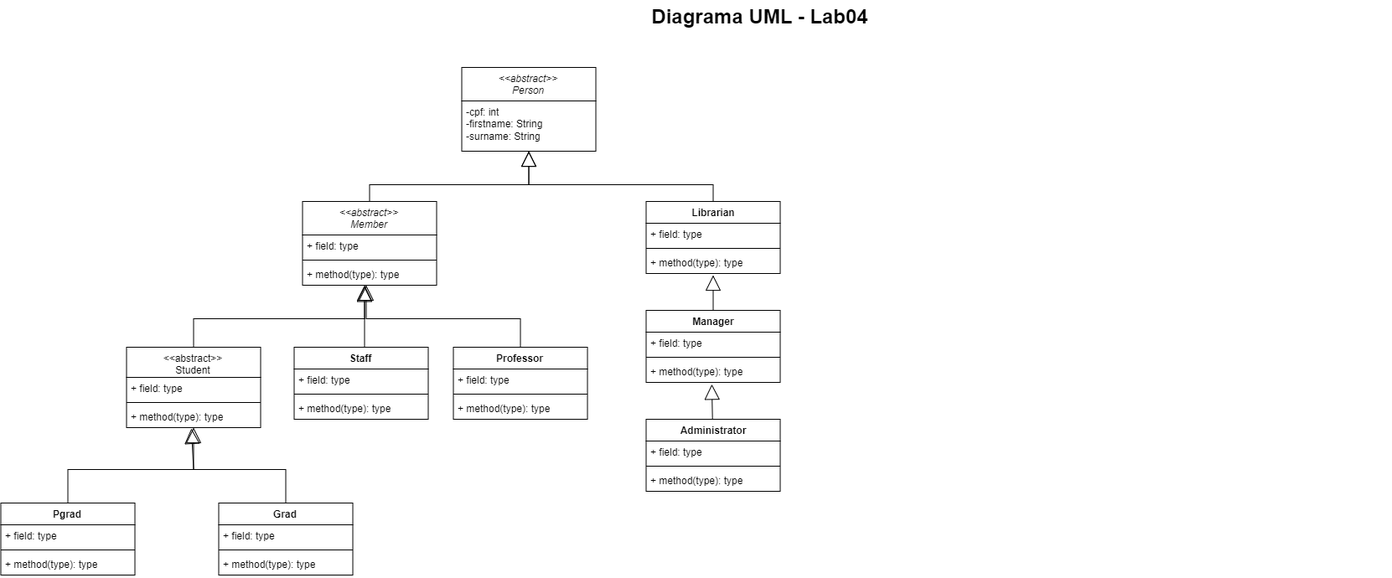
Earlier version of the draw.io export lab01/lab01/lab04.drawio.png (robert22alves/MC322). Source tidied: cells renumbered, new cells last; positions are measured from the earlier drawing's top-left corner, leaving out a move shared by most shapes.
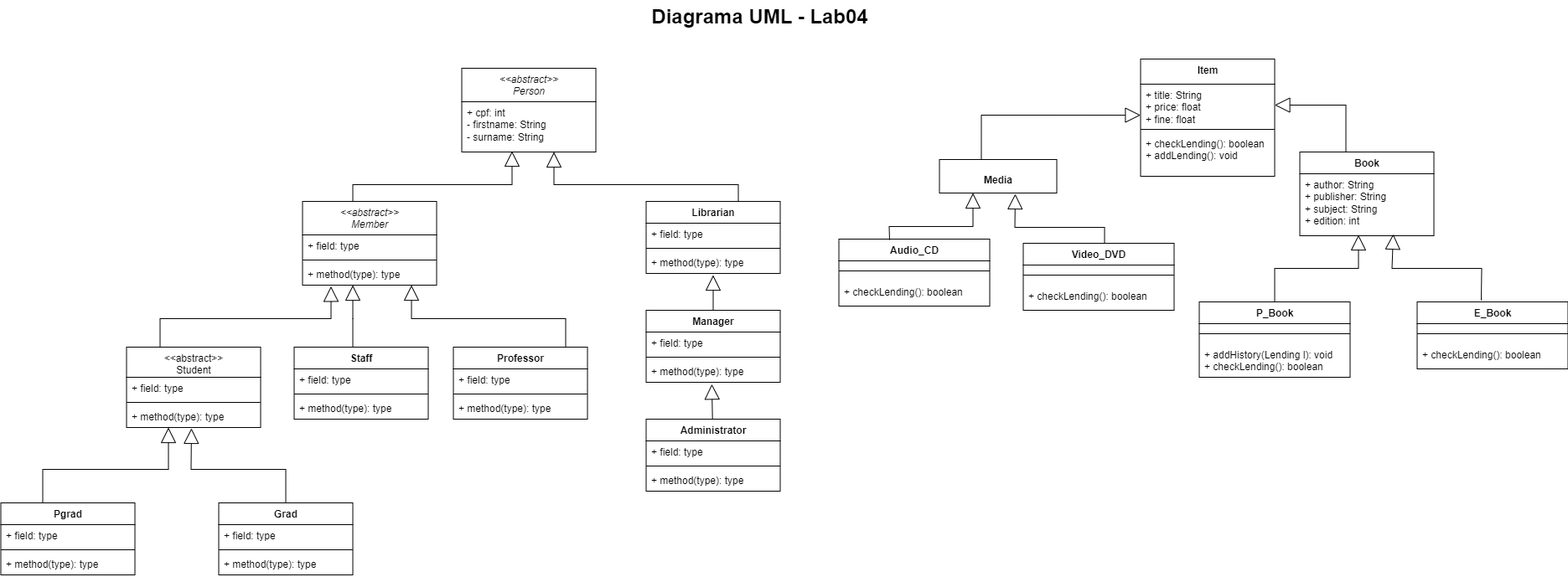
After the commit.

The edit, as a diff of the source:
```diff
@@ -6,9 +6,9 @@
       <mxGeometry x="150" width="1510" height="40" as="geometry" />
     </mxCell>
     <mxCell id="3" value="&lt;i style=&quot;font-weight: normal;&quot;&gt;&amp;lt;&amp;lt;abstract&amp;gt;&amp;gt;&lt;br&gt;Person&lt;/i&gt;" style="swimlane;fontStyle=1;align=center;verticalAlign=top;horizontal=1;startSize=40;whiteSpace=wrap;html=1;" parent="1" vertex="1">
-      <mxGeometry x="550" y="80" width="160" height="100" as="geometry" />
+      <mxGeometry x="550" y="81" width="160" height="100" as="geometry" />
     </mxCell>
-    <mxCell id="4" value="-cpf: int&lt;br&gt;-firstname: String&lt;br&gt;-surname: String" style="text;strokeColor=none;fillColor=none;align=left;verticalAlign=top;spacingLeft=4;spacingRight=4;overflow=hidden;points=[[0,0.5],[1,0.5]];portConstraint=eastwest;whiteSpace=wrap;html=1;" parent="3" vertex="1">
+    <mxCell id="4" value="+ cpf: int&lt;br&gt;- firstname: String&lt;br&gt;- surname: String" style="text;strokeColor=none;fillColor=none;align=left;verticalAlign=top;spacingLeft=4;spacingRight=4;overflow=hidden;points=[[0,0.5],[1,0.5]];portConstraint=eastwest;whiteSpace=wrap;html=1;" parent="3" vertex="1">
       <mxGeometry y="40" width="160" height="60" as="geometry" />
     </mxCell>
     <mxCell id="5" value="Librarian" style="swimlane;fontStyle=1;align=center;verticalAlign=top;horizontal=1;startSize=26;whiteSpace=wrap;html=1;" parent="1" vertex="1">
@@ -53,11 +53,13 @@
     <mxCell id="18" style="endArrow=block;endSize=16;endFill=0;html=1;rounded=0;entryX=0.49;entryY=1.084;entryDx=0;entryDy=0;entryPerimeter=0;" parent="1" edge="1" source="14" target="12">
       <mxGeometry relative="1" as="geometry" />
     </mxCell>
-    <mxCell id="19" style="endArrow=block;endSize=16;endFill=0;html=1;rounded=0;exitX=0.5;exitY=0;exitDx=0;exitDy=0;entryX=0.5;entryY=1;entryDx=0;entryDy=0;entryPerimeter=0;" parent="1" edge="1" source="5" target="4">
+    <mxCell id="19" style="endArrow=block;endSize=16;endFill=0;html=1;rounded=0;exitX=0.5;exitY=0;exitDx=0;exitDy=0;entryX=0.5;entryY=1;entryDx=0;entryDy=0;entryPerimeter=0;" parent="1" edge="1">
       <mxGeometry relative="1" as="geometry">
+        <mxPoint x="880" y="240" as="sourcePoint" />
+        <mxPoint x="660" y="181" as="targetPoint" />
         <Array as="points">
-          <mxPoint x="850" y="220" />
-          <mxPoint x="630" y="220" />
+          <mxPoint x="880" y="220" />
+          <mxPoint x="660" y="220" />
         </Array>
       </mxGeometry>
     </mxCell>
@@ -73,12 +75,13 @@
     <mxCell id="23" value="+ method(type): type" style="text;strokeColor=none;fillColor=none;align=left;verticalAlign=top;spacingLeft=4;spacingRight=4;overflow=hidden;points=[[0,0.5],[1,0.5]];portConstraint=eastwest;whiteSpace=wrap;html=1;" parent="20" vertex="1">
       <mxGeometry y="74" width="160" height="26" as="geometry" />
     </mxCell>
-    <mxCell id="24" style="endArrow=block;endSize=16;endFill=0;html=1;rounded=0;exitX=0.5;exitY=0;exitDx=0;exitDy=0;" parent="1" edge="1" source="20">
+    <mxCell id="24" style="endArrow=block;endSize=16;endFill=0;html=1;rounded=0;exitX=0.5;exitY=0;exitDx=0;exitDy=0;" parent="1" edge="1">
       <mxGeometry relative="1" as="geometry">
-        <mxPoint x="630" y="180" as="targetPoint" />
+        <mxPoint x="420" y="240" as="sourcePoint" />
+        <mxPoint x="610" y="180" as="targetPoint" />
         <Array as="points">
-          <mxPoint x="440" y="220" />
-          <mxPoint x="630" y="220" />
+          <mxPoint x="420" y="220" />
+          <mxPoint x="610" y="220" />
         </Array>
       </mxGeometry>
     </mxCell>
@@ -94,12 +97,13 @@
     <mxCell id="28" value="+ method(type): type" style="text;strokeColor=none;fillColor=none;align=left;verticalAlign=top;spacingLeft=4;spacingRight=4;overflow=hidden;whiteSpace=wrap;html=1;" parent="25" vertex="1">
       <mxGeometry y="60" width="160" height="26" as="geometry" />
     </mxCell>
-    <mxCell id="29" style="endArrow=block;endSize=16;endFill=0;html=1;rounded=0;exitX=0.5;exitY=0;exitDx=0;exitDy=0;" parent="1" edge="1" source="25">
+    <mxCell id="29" style="endArrow=block;endSize=16;endFill=0;html=1;rounded=0;exitX=0.5;exitY=0;exitDx=0;exitDy=0;" parent="1" edge="1">
       <mxGeometry relative="1" as="geometry">
-        <mxPoint x="436" y="340" as="targetPoint" />
+        <mxPoint x="674" y="414" as="sourcePoint" />
+        <mxPoint x="490" y="340" as="targetPoint" />
         <Array as="points">
-          <mxPoint x="620" y="380" />
-          <mxPoint x="436" y="380" />
+          <mxPoint x="674" y="380" />
+          <mxPoint x="490" y="380" />
         </Array>
       </mxGeometry>
     </mxCell>
@@ -129,18 +133,21 @@
     </mxCell>
     <mxCell id="38" style="endArrow=block;endSize=16;endFill=0;html=1;rounded=0;exitX=0.5;exitY=0;exitDx=0;exitDy=0;" parent="1" edge="1">
       <mxGeometry relative="1" as="geometry">
-        <mxPoint x="434" y="414" as="sourcePoint" />
-        <mxPoint x="434" y="340" as="targetPoint" />
+        <mxPoint x="420" y="414" as="sourcePoint" />
+        <mxPoint x="420" y="340" as="targetPoint" />
         <Array as="points">
-          <mxPoint x="434" y="380" />
+          <mxPoint x="420" y="380" />
         </Array>
       </mxGeometry>
     </mxCell>
-    <mxCell id="39" style="endArrow=block;endSize=16;endFill=0;html=1;rounded=0;exitX=0.5;exitY=0;exitDx=0;exitDy=0;entryX=0.462;entryY=1.052;entryDx=0;entryDy=0;entryPerimeter=0;" parent="1" edge="1" source="34" target="23">
+    <mxCell id="39" style="endArrow=block;endSize=16;endFill=0;html=1;rounded=0;exitX=0.5;exitY=0;exitDx=0;exitDy=0;entryX=0.462;entryY=1.052;entryDx=0;entryDy=0;entryPerimeter=0;" parent="1" edge="1">
       <mxGeometry relative="1" as="geometry">
+        <mxPoint x="190" y="414" as="sourcePoint" />
+        <mxPoint x="393.9" y="341.4" as="targetPoint" />
         <Array as="points">
-          <mxPoint x="230" y="380" />
-          <mxPoint x="434" y="380" />
+          <mxPoint x="190" y="380" />
+          <mxPoint x="394" y="380" />
+          <mxPoint x="394" y="360" />
         </Array>
       </mxGeometry>
     </mxCell>
@@ -172,18 +179,127 @@
       <mxGeometry relative="1" as="geometry">
         <Array as="points">
           <mxPoint x="340" y="560" />
-          <mxPoint x="230" y="560" />
+          <mxPoint x="227" y="560" />
         </Array>
       </mxGeometry>
     </mxCell>
-    <mxCell id="49" style="endArrow=block;endSize=16;endFill=0;html=1;rounded=0;exitX=0.5;exitY=0;exitDx=0;exitDy=0;" parent="1" edge="1" source="30">
+    <mxCell id="49" style="endArrow=block;endSize=16;endFill=0;html=1;rounded=0;exitX=0.5;exitY=0;exitDx=0;exitDy=0;" parent="1" edge="1">
       <mxGeometry relative="1" as="geometry">
-        <mxPoint x="230" y="510" as="targetPoint" />
+        <mxPoint x="50" y="600" as="sourcePoint" />
+        <mxPoint x="200" y="510" as="targetPoint" />
         <Array as="points">
-          <mxPoint x="80" y="560" />
-          <mxPoint x="230" y="560" />
+          <mxPoint x="50" y="560" />
+          <mxPoint x="200" y="560" />
         </Array>
       </mxGeometry>
     </mxCell>
+    <mxCell id="50" value="Item" style="swimlane;fontStyle=1;align=center;verticalAlign=top;horizontal=1;startSize=30;whiteSpace=wrap;html=1;" parent="1" vertex="1">
+      <mxGeometry x="1360" y="70" width="160" height="140" as="geometry" />
+    </mxCell>
+    <mxCell id="51" value="+ title: String&lt;br&gt;+ price: float&lt;br&gt;+ fine: float" style="text;strokeColor=none;fillColor=none;align=left;verticalAlign=top;spacingLeft=4;spacingRight=4;overflow=hidden;points=[[0,0.5],[1,0.5]];portConstraint=eastwest;whiteSpace=wrap;html=1;" parent="50" vertex="1">
+      <mxGeometry y="30" width="160" height="50" as="geometry" />
+    </mxCell>
+    <mxCell id="52" style="line;strokeWidth=1;fillColor=none;align=left;verticalAlign=middle;spacingTop=-1;spacingLeft=3;spacingRight=3;labelPosition=right;strokeColor=inherit;" parent="50" vertex="1">
+      <mxGeometry y="80" width="160" height="8" as="geometry" />
+    </mxCell>
+    <mxCell id="53" value="+ checkLending(): boolean&lt;br&gt;+ addLending(): void" style="text;strokeColor=none;fillColor=none;align=left;verticalAlign=top;spacingLeft=4;spacingRight=4;overflow=hidden;whiteSpace=wrap;html=1;" parent="50" vertex="1">
+      <mxGeometry y="88" width="160" height="52" as="geometry" />
+    </mxCell>
+    <mxCell id="54" value="&lt;p style=&quot;margin:0px;margin-top:4px;text-align:center;&quot;&gt;&lt;br&gt;&lt;b&gt;Media&lt;/b&gt;&lt;/p&gt;" style="verticalAlign=top;align=left;overflow=fill;fontSize=12;fontFamily=Helvetica;html=1;whiteSpace=wrap;" parent="1" vertex="1">
+      <mxGeometry x="1120" y="190" width="140" height="40" as="geometry" />
+    </mxCell>
+    <mxCell id="55" style="endArrow=block;endSize=16;endFill=0;html=1;rounded=0;exitX=0.357;exitY=0;exitDx=0;exitDy=0;entryX=0.409;entryY=1.135;entryDx=0;entryDy=0;entryPerimeter=0;exitPerimeter=0;" parent="1" edge="1" source="54">
+      <mxGeometry relative="1" as="geometry">
+        <mxPoint x="1360" y="137" as="targetPoint" />
+        <Array as="points">
+          <mxPoint x="1170" y="137" />
+        </Array>
+      </mxGeometry>
+    </mxCell>
+    <mxCell id="56" value="Book" style="swimlane;fontStyle=1;align=center;verticalAlign=top;horizontal=1;startSize=26;whiteSpace=wrap;html=1;" parent="1" vertex="1">
+      <mxGeometry x="1550" y="181" width="160" height="100" as="geometry" />
+    </mxCell>
+    <mxCell id="57" value="+ author: String&lt;br style=&quot;border-color: var(--border-color);&quot;&gt;+ publisher: String&lt;br style=&quot;border-color: var(--border-color);&quot;&gt;+ subject: String&lt;br&gt;+ edition: int" style="text;strokeColor=none;fillColor=none;align=left;verticalAlign=top;spacingLeft=4;spacingRight=4;overflow=hidden;points=[[0,0.5],[1,0.5]];portConstraint=eastwest;whiteSpace=wrap;html=1;" parent="56" vertex="1">
+      <mxGeometry y="26" width="160" height="74" as="geometry" />
+    </mxCell>
+    <mxCell id="58" style="endArrow=block;endSize=16;endFill=0;html=1;rounded=0;entryX=1;entryY=0.5;entryDx=0;entryDy=0;" parent="1" edge="1" target="51">
+      <mxGeometry relative="1" as="geometry">
+        <mxPoint x="1605" y="180" as="sourcePoint" />
+        <Array as="points">
+          <mxPoint x="1605" y="125" />
+        </Array>
+      </mxGeometry>
+    </mxCell>
+    <mxCell id="59" value="P_Book" style="swimlane;fontStyle=1;align=center;verticalAlign=top;horizontal=1;startSize=26;whiteSpace=wrap;html=1;" parent="1" vertex="1">
+      <mxGeometry x="1430" y="360" width="180" height="90" as="geometry" />
+    </mxCell>
+    <mxCell id="60" style="line;strokeWidth=1;fillColor=none;align=left;verticalAlign=middle;spacingTop=-1;spacingLeft=3;spacingRight=3;labelPosition=right;strokeColor=inherit;" parent="59" vertex="1">
+      <mxGeometry y="26" width="180" height="24" as="geometry" />
+    </mxCell>
+    <mxCell id="61" value="+ addHistory(Lending l): void&lt;br&gt;+ checkLending(): boolean" style="text;strokeColor=none;fillColor=none;align=left;verticalAlign=top;spacingLeft=4;spacingRight=4;overflow=hidden;whiteSpace=wrap;html=1;" parent="59" vertex="1">
+      <mxGeometry y="50" width="180" height="40" as="geometry" />
+    </mxCell>
+    <mxCell id="62" style="endArrow=block;endSize=16;endFill=0;html=1;rounded=0;exitX=0.5;exitY=0;exitDx=0;exitDy=0;" parent="1" edge="1" source="59">
+      <mxGeometry relative="1" as="geometry">
+        <mxPoint x="1620" y="280" as="targetPoint" />
+        <Array as="points">
+          <mxPoint x="1520" y="320" />
+          <mxPoint x="1620" y="320" />
+        </Array>
+      </mxGeometry>
+    </mxCell>
+    <mxCell id="63" value="E_Book" style="swimlane;fontStyle=1;align=center;verticalAlign=top;horizontal=1;startSize=26;whiteSpace=wrap;html=1;" parent="1" vertex="1">
+      <mxGeometry x="1690" y="360" width="180" height="80" as="geometry" />
+    </mxCell>
+    <mxCell id="64" style="line;strokeWidth=1;fillColor=none;align=left;verticalAlign=middle;spacingTop=-1;spacingLeft=3;spacingRight=3;labelPosition=right;strokeColor=inherit;" parent="63" vertex="1">
+      <mxGeometry y="26" width="180" height="24" as="geometry" />
+    </mxCell>
+    <mxCell id="65" value="+ checkLending(): boolean" style="text;strokeColor=none;fillColor=none;align=left;verticalAlign=top;spacingLeft=4;spacingRight=4;overflow=hidden;whiteSpace=wrap;html=1;" parent="63" vertex="1">
+      <mxGeometry y="50" width="180" height="30" as="geometry" />
+    </mxCell>
+    <mxCell id="66" style="endArrow=block;endSize=16;endFill=0;html=1;rounded=0;exitX=0.425;exitY=-0.022;exitDx=0;exitDy=0;exitPerimeter=0;entryX=0.697;entryY=0.973;entryDx=0;entryDy=0;entryPerimeter=0;" parent="1" edge="1" source="63" target="57">
+      <mxGeometry relative="1" as="geometry">
+        <Array as="points">
+          <mxPoint x="1767" y="320" />
+          <mxPoint x="1660" y="320" />
+        </Array>
+      </mxGeometry>
+    </mxCell>
+    <mxCell id="67" value="Audio_CD" style="swimlane;fontStyle=1;align=center;verticalAlign=top;horizontal=1;startSize=26;whiteSpace=wrap;html=1;" parent="1" vertex="1">
+      <mxGeometry x="1000" y="285" width="180" height="80" as="geometry" />
+    </mxCell>
+    <mxCell id="68" style="line;strokeWidth=1;fillColor=none;align=left;verticalAlign=middle;spacingTop=-1;spacingLeft=3;spacingRight=3;labelPosition=right;strokeColor=inherit;" parent="67" vertex="1">
+      <mxGeometry y="26" width="180" height="24" as="geometry" />
+    </mxCell>
+    <mxCell id="69" value="+ checkLending(): boolean" style="text;strokeColor=none;fillColor=none;align=left;verticalAlign=top;spacingLeft=4;spacingRight=4;overflow=hidden;whiteSpace=wrap;html=1;" parent="67" vertex="1">
+      <mxGeometry y="50" width="180" height="30" as="geometry" />
+    </mxCell>
+    <mxCell id="70" value="Video_DVD" style="swimlane;fontStyle=1;align=center;verticalAlign=top;horizontal=1;startSize=26;whiteSpace=wrap;html=1;" parent="1" vertex="1">
+      <mxGeometry x="1220" y="290" width="180" height="80" as="geometry" />
+    </mxCell>
+    <mxCell id="71" style="line;strokeWidth=1;fillColor=none;align=left;verticalAlign=middle;spacingTop=-1;spacingLeft=3;spacingRight=3;labelPosition=right;strokeColor=inherit;" parent="70" vertex="1">
+      <mxGeometry y="26" width="180" height="24" as="geometry" />
+    </mxCell>
+    <mxCell id="72" value="+ checkLending(): boolean" style="text;strokeColor=none;fillColor=none;align=left;verticalAlign=top;spacingLeft=4;spacingRight=4;overflow=hidden;whiteSpace=wrap;html=1;" parent="70" vertex="1">
+      <mxGeometry y="50" width="180" height="30" as="geometry" />
+    </mxCell>
+    <mxCell id="73" style="endArrow=block;endSize=16;endFill=0;html=1;rounded=0;exitX=0.336;exitY=0.013;exitDx=0;exitDy=0;exitPerimeter=0;" parent="1" edge="1" source="67">
+      <mxGeometry relative="1" as="geometry">
+        <mxPoint x="1160" y="230" as="targetPoint" />
+        <Array as="points">
+          <mxPoint x="1060" y="270" />
+          <mxPoint x="1160" y="270" />
+        </Array>
+      </mxGeometry>
+    </mxCell>
+    <mxCell id="74" style="endArrow=block;endSize=16;endFill=0;html=1;rounded=0;entryX=0.646;entryY=1.025;entryDx=0;entryDy=0;entryPerimeter=0;" parent="1" edge="1" target="54">
+      <mxGeometry relative="1" as="geometry">
+        <mxPoint x="1317" y="290" as="sourcePoint" />
+        <Array as="points">
+          <mxPoint x="1317" y="271" />
+          <mxPoint x="1210" y="271" />
+        </Array>
+      </mxGeometry>
+    </mxCell>
   </root>
 </mxGraphModel>
```
